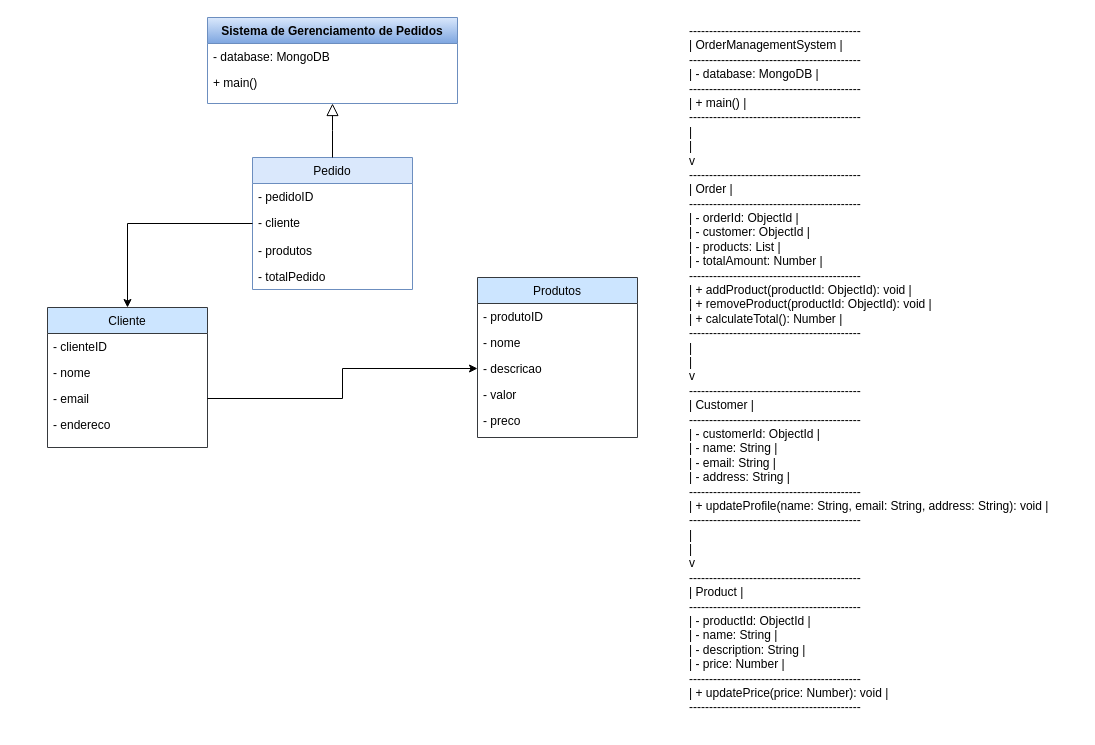
Before: Diagrama sem nome.drawio in Sandynele/Sistemas-de-Informa-o, a draw.io diagram. Source tidied: cells renumbered, new cells numbered last; positions are measured from the earlier drawing's top-left corner, leaving out a move shared by most shapes. Both pictures are drawn from the tidied source at 100%, with x=0, y=0 at pixel (47, 17).
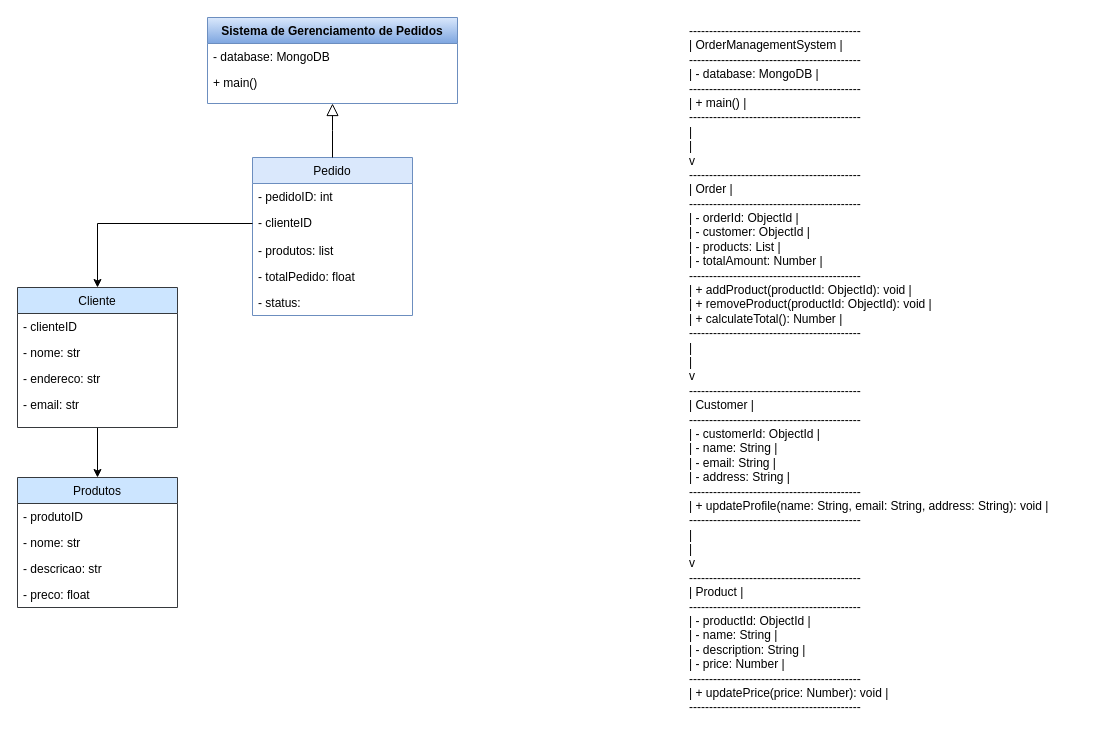
The same page after the edit.

What changed in the source:
```diff
@@
     <mxCell id="5" value="Pedido" style="swimlane;fontStyle=0;align=center;verticalAlign=top;horizontal=1;startSize=26;rounded=0;shadow=0;strokeWidth=1;fillColor=#dae8fc;strokeColor=#6c8ebf;" parent="1" vertex="1">
-      <mxGeometry x="205" y="140" width="160" height="132" as="geometry" />
+      <mxGeometry x="205" y="140" width="160" height="158" as="geometry" />
     </mxCell>
-    <mxCell id="6" value="- pedidoID" style="text;align=left;verticalAlign=top;spacingLeft=4;spacingRight=4;overflow=hidden;dashed=1;perimeterSpacing=2;rounded=0;" parent="5" vertex="1">
+    <mxCell id="6" value="- pedidoID: int" style="text;align=left;verticalAlign=top;spacingLeft=4;spacingRight=4;overflow=hidden;dashed=1;perimeterSpacing=2;rounded=0;" parent="5" vertex="1">
       <mxGeometry y="26" width="160" height="26" as="geometry" />
     </mxCell>
-    <mxCell id="7" value="- cliente" style="text;align=left;verticalAlign=top;spacingLeft=4;spacingRight=4;overflow=hidden;points=[[0,0.5],[1,0.5]];portConstraint=eastwest;rounded=0;shadow=0;html=0;fillColor=none;fillStyle=auto;" parent="5" vertex="1">
+    <mxCell id="7" value="- clienteID" style="text;align=left;verticalAlign=top;spacingLeft=4;spacingRight=4;overflow=hidden;points=[[0,0.5],[1,0.5]];portConstraint=eastwest;rounded=0;shadow=0;html=0;fillColor=none;fillStyle=auto;" parent="5" vertex="1">
       <mxGeometry y="52" width="160" height="28" as="geometry" />
     </mxCell>
-    <mxCell id="8" value="- produtos" style="text;align=left;verticalAlign=top;spacingLeft=4;spacingRight=4;overflow=hidden;dashed=1;rounded=0;" parent="5" vertex="1">
+    <mxCell id="8" value="- produtos: list" style="text;align=left;verticalAlign=top;spacingLeft=4;spacingRight=4;overflow=hidden;dashed=1;rounded=0;" parent="5" vertex="1">
       <mxGeometry y="80" width="160" height="26" as="geometry" />
     </mxCell>
-    <mxCell id="9" value="- totalPedido" style="text;align=left;verticalAlign=top;spacingLeft=4;spacingRight=4;overflow=hidden;rounded=0;" parent="5" vertex="1">
+    <mxCell id="9" value="- totalPedido: float" style="text;align=left;verticalAlign=top;spacingLeft=4;spacingRight=4;overflow=hidden;rounded=0;" parent="5" vertex="1">
       <mxGeometry y="106" width="160" height="26" as="geometry" />
     </mxCell>
+    <mxCell id="25" value="- status: " style="text;align=left;verticalAlign=top;spacingLeft=4;spacingRight=4;overflow=hidden;rounded=0;" parent="5" vertex="1">
+      <mxGeometry y="132" width="160" height="26" as="geometry" />
+    </mxCell>
@@
+    <mxCell id="26" style="edgeStyle=orthogonalEdgeStyle;rounded=0;jettySize=auto;html=1;exitX=0.5;exitY=1;exitDx=0;exitDy=0;entryX=0.5;entryY=0;entryDx=0;entryDy=0;" parent="1" edge="1" source="11" target="16">
+      <mxGeometry relative="1" as="geometry" />
+    </mxCell>
     <mxCell id="11" value="Cliente" style="swimlane;fontStyle=0;align=center;verticalAlign=top;horizontal=1;startSize=26;rounded=0;shadow=0;strokeWidth=1;fillColor=#cce5ff;strokeColor=#36393d;" parent="1" vertex="1">
-      <mxGeometry y="290" width="160" height="140" as="geometry" />
+      <mxGeometry x="-30" y="270" width="160" height="140" as="geometry" />
     </mxCell>
@@
-    <mxCell id="13" value="- nome" style="text;align=left;verticalAlign=top;spacingLeft=4;spacingRight=4;overflow=hidden;rounded=0;" parent="11" vertex="1">
+    <mxCell id="13" value="- nome: str" style="text;align=left;verticalAlign=top;spacingLeft=4;spacingRight=4;overflow=hidden;rounded=0;" parent="11" vertex="1">
       <mxGeometry y="52" width="160" height="26" as="geometry" />
     </mxCell>
+    <mxCell id="15" value="- endereco: str" style="text;align=left;verticalAlign=top;spacingLeft=4;spacingRight=4;overflow=hidden;rounded=0;" parent="11" vertex="1">
+      <mxGeometry y="78" width="160" height="26" as="geometry" />
+    </mxCell>
-    <mxCell id="14" value="- email" style="text;align=left;verticalAlign=top;spacingLeft=4;spacingRight=4;overflow=hidden;points=[[0,0.5],[1,0.5]];portConstraint=eastwest;rounded=0;" parent="11" vertex="1">
-      <mxGeometry y="78" width="160" height="26" as="geometry" />
+    <mxCell id="14" value="- email: str" style="text;align=left;verticalAlign=top;spacingLeft=4;spacingRight=4;overflow=hidden;points=[[0,0.5],[1,0.5]];portConstraint=eastwest;rounded=0;" parent="11" vertex="1">
+      <mxGeometry y="104" width="160" height="26" as="geometry" />
     </mxCell>
-    <mxCell id="15" value="- endereco" style="text;align=left;verticalAlign=top;spacingLeft=4;spacingRight=4;overflow=hidden;rounded=0;" parent="11" vertex="1">
-      <mxGeometry y="104" width="160" height="26" as="geometry" />
-    </mxCell>
     <mxCell id="16" value="Produtos" style="swimlane;fontStyle=0;align=center;verticalAlign=top;horizontal=1;startSize=26;rounded=0;shadow=0;strokeWidth=1;fillColor=#cce5ff;strokeColor=#36393d;" parent="1" vertex="1">
-      <mxGeometry x="430" y="260" width="160" height="160" as="geometry" />
+      <mxGeometry x="-30" y="460" width="160" height="130" as="geometry" />
     </mxCell>
@@
-    <mxCell id="18" value="- nome" style="text;align=left;verticalAlign=top;spacingLeft=4;spacingRight=4;overflow=hidden;rounded=0;shadow=0;html=0;" parent="16" vertex="1">
+    <mxCell id="18" value="- nome: str" style="text;align=left;verticalAlign=top;spacingLeft=4;spacingRight=4;overflow=hidden;rounded=0;shadow=0;html=0;" parent="16" vertex="1">
       <mxGeometry y="52" width="160" height="26" as="geometry" />
     </mxCell>
-    <mxCell id="19" value="- descricao" style="text;align=left;verticalAlign=top;spacingLeft=4;spacingRight=4;overflow=hidden;points=[[0,0.5],[1,0.5]];portConstraint=eastwest;rounded=0;shadow=0;html=0;" parent="16" vertex="1">
+    <mxCell id="19" value="- descricao: str" style="text;align=left;verticalAlign=top;spacingLeft=4;spacingRight=4;overflow=hidden;points=[[0,0.5],[1,0.5]];portConstraint=eastwest;rounded=0;shadow=0;html=0;" parent="16" vertex="1">
       <mxGeometry y="78" width="160" height="26" as="geometry" />
     </mxCell>
-    <mxCell id="20" value="- valor" style="text;align=left;verticalAlign=top;spacingLeft=4;spacingRight=4;overflow=hidden;rounded=0;shadow=0;html=0;" parent="16" vertex="1">
-      <mxGeometry y="104" width="160" height="26" as="geometry" />
-    </mxCell>
-    <mxCell id="21" value="- preco" style="text;align=left;verticalAlign=top;spacingLeft=4;spacingRight=4;overflow=hidden;rounded=0;shadow=0;html=0;" parent="16" vertex="1">
-      <mxGeometry y="130" width="160" height="26" as="geometry" />
+    <mxCell id="21" value="- preco: float" style="text;align=left;verticalAlign=top;spacingLeft=4;spacingRight=4;overflow=hidden;rounded=0;shadow=0;html=0;" parent="16" vertex="1">
+      <mxGeometry y="104" width="160" height="26" as="geometry" />
     </mxCell>
@@
-    <mxCell id="23" style="edgeStyle=orthogonalEdgeStyle;rounded=0;jettySize=auto;html=1;exitX=1;exitY=0.5;exitDx=0;exitDy=0;entryX=0;entryY=0.5;entryDx=0;entryDy=0;" parent="1" edge="1" source="14" target="19">
-      <mxGeometry relative="1" as="geometry" />
-    </mxCell>
```
